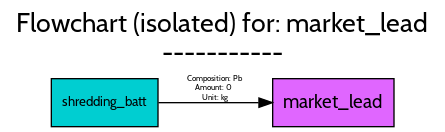
This is src/examples/ELV/figures/flowcharts/processes/png/market_lead.png from FutuRaM-Project/Recovery-Model, a Graphviz export, as it was before one commit. Its source is kept beside it as src/examples/ELV/figures/flowcharts/processes/dot/market_lead.dot.
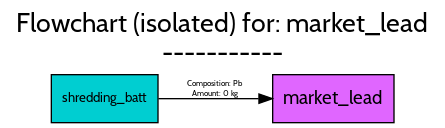
After the commit.

Change to the diagram source:
```diff
@@ -1,5 +1,5 @@
 digraph {
-	graph [bb="0,0,326,91",
+	graph [bb="0,0,326,88",
 		font=Cabin,
 		fontname=Cabin,
 		fontsize=20,
@@ -8,7 +8,7 @@
 		labeljust=c,
 		labelloc=tc,
 		lheight=0.61,
-		lp="163,65",
+		lp="163,62",
 		lwidth=4.31,
 		nodesep=0.6,
 		rankdir=LR,
@@ -35,8 +35,7 @@
 		fontname=Cabin,
 		fontsize=6,
 		label="Composition: Pb
-Amount: 0
-Unit: kg",
-		lp="157.5,28.5",
+Amount: 0 kg",
+		lp="157.5,25",
 		pos="e,200.22,18 114.81,18 137.15,18 165.46,18 189.97,18"];
 }
```
